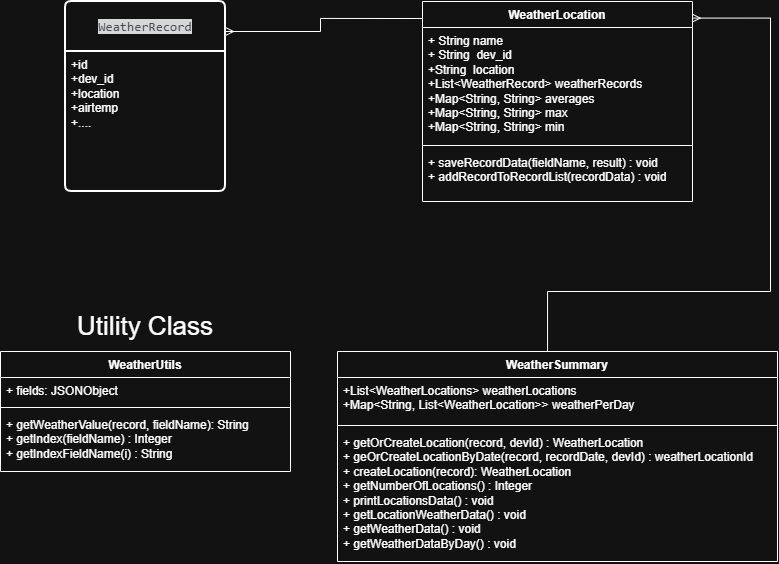
This is media/diagram.png from ilopez-ravn/Weather-Stations-Analysis, a draw.io export, as it was before one commit. Source tidied: cells renumbered, new cells last; positions are measured from the earlier drawing's top-left corner, leaving out a move shared by most shapes. Source of this version:
```xml
<mxGraphModel>
  <root>
    <mxCell id="0" />
    <mxCell id="1" parent="0" />
    <mxCell id="2" value="&lt;div style=&quot;background-color:#191a1c;color:#bcbec4&quot;&gt;&lt;pre style=&quot;font-family:'JetBrains Mono',monospace;font-size:9.8pt;&quot;&gt;WeatherRecord&lt;/pre&gt;&lt;/div&gt;" style="swimlane;horizontal=1;startSize=50;rounded=1;fontSize=14;fontStyle=0;strokeWidth=2;shadow=0;dashed=0;align=center;arcSize=4;whiteSpace=wrap;html=1;" parent="1" vertex="1">
      <mxGeometry x="65" width="160" height="190" as="geometry" />
    </mxCell>
    <mxCell id="3" value="+id&lt;br&gt;+dev_id&lt;br&gt;+location&lt;div&gt;+airtemp&lt;/div&gt;&lt;div&gt;+....&lt;/div&gt;" style="align=left;strokeColor=none;fillColor=none;spacingLeft=4;spacingRight=4;fontSize=12;verticalAlign=top;html=1;whiteSpace=wrap;" parent="2" vertex="1">
      <mxGeometry y="50" width="160" height="140" as="geometry" />
    </mxCell>
    <mxCell id="4" style="edgeStyle=orthogonalEdgeStyle;rounded=0;jettySize=auto;html=1;endArrow=ERmany;endFill=0;exitX=0.003;exitY=0.085;exitDx=0;exitDy=0;exitPerimeter=0;" parent="1" edge="1" source="14" target="2">
      <mxGeometry relative="1" as="geometry">
        <Array as="points">
          <mxPoint x="320" y="17" />
          <mxPoint x="320" y="30" />
        </Array>
      </mxGeometry>
    </mxCell>
    <mxCell id="5" style="edgeStyle=orthogonalEdgeStyle;rounded=0;jettySize=auto;html=1;endArrow=ERmany;endFill=0;entryX=0.999;entryY=0.083;entryDx=0;entryDy=0;entryPerimeter=0;" parent="1" edge="1" source="10" target="14">
      <mxGeometry relative="1" as="geometry">
        <Array as="points">
          <mxPoint x="547" y="290" />
          <mxPoint x="770" y="290" />
          <mxPoint x="770" y="17" />
        </Array>
      </mxGeometry>
    </mxCell>
    <mxCell id="6" value="WeatherUtils" style="swimlane;fontStyle=1;align=center;verticalAlign=top;horizontal=1;startSize=26;whiteSpace=wrap;html=1;" parent="1" vertex="1">
      <mxGeometry y="350" width="290" height="120" as="geometry" />
    </mxCell>
    <mxCell id="7" value="+ fields: JSONObject" style="text;strokeColor=none;fillColor=none;align=left;verticalAlign=top;spacingLeft=4;spacingRight=4;overflow=hidden;whiteSpace=wrap;html=1;" parent="6" vertex="1">
      <mxGeometry y="26" width="290" height="26" as="geometry" />
    </mxCell>
    <mxCell id="8" style="line;strokeWidth=1;fillColor=none;align=left;verticalAlign=middle;spacingTop=-1;spacingLeft=3;spacingRight=3;labelPosition=right;strokeColor=inherit;" parent="6" vertex="1">
      <mxGeometry y="52" width="290" height="8" as="geometry" />
    </mxCell>
    <mxCell id="9" value="+ getWeatherValue(record, fieldName): String&lt;div&gt;+&amp;nbsp;getIndex(fieldName) : Integer&lt;/div&gt;&lt;div&gt;+&amp;nbsp;getIndexFieldName(i) : String&lt;/div&gt;" style="text;strokeColor=none;fillColor=none;align=left;verticalAlign=top;spacingLeft=4;spacingRight=4;overflow=hidden;whiteSpace=wrap;html=1;" parent="6" vertex="1">
      <mxGeometry y="60" width="290" height="60" as="geometry" />
    </mxCell>
    <mxCell id="10" value="WeatherSummary" style="swimlane;fontStyle=1;align=center;verticalAlign=top;horizontal=1;startSize=26;whiteSpace=wrap;html=1;" parent="1" vertex="1">
      <mxGeometry x="337" y="350" width="440" height="210" as="geometry" />
    </mxCell>
    <mxCell id="11" value="&lt;div&gt;+List&amp;lt;WeatherLocations&amp;gt; weatherLocations&lt;/div&gt;&lt;div&gt;+Map&amp;lt;String, List&amp;lt;WeatherLocation&amp;gt;&amp;gt; weatherPerDay&lt;/div&gt;&lt;div&gt;&lt;br&gt;&lt;/div&gt;" style="text;strokeColor=none;fillColor=none;align=left;verticalAlign=top;spacingLeft=4;spacingRight=4;overflow=hidden;whiteSpace=wrap;html=1;" parent="10" vertex="1">
      <mxGeometry y="26" width="440" height="44" as="geometry" />
    </mxCell>
    <mxCell id="12" style="line;strokeWidth=1;fillColor=none;align=left;verticalAlign=middle;spacingTop=-1;spacingLeft=3;spacingRight=3;labelPosition=right;strokeColor=inherit;" parent="10" vertex="1">
      <mxGeometry y="70" width="440" height="8" as="geometry" />
    </mxCell>
    <mxCell id="13" value="+ getOrCreateLocation(record, devId) : WeatherLocation&lt;div&gt;+ geOrCreateLocationByDate(record, recordDate, devId) : weatherLocationId&lt;/div&gt;&lt;div&gt;+ createLocation(record): WeatherLocation&lt;/div&gt;&lt;div&gt;+ getNumberOfLocations() : Integer&lt;/div&gt;&lt;div&gt;+ printLocationsData() : void&lt;/div&gt;&lt;div&gt;+ getLocationWeatherData() : void&lt;/div&gt;&lt;div&gt;+&amp;nbsp;getWeatherData() : void&lt;/div&gt;&lt;div&gt;+ getWeatherDataByDay() : void&lt;/div&gt;" style="text;strokeColor=none;fillColor=none;align=left;verticalAlign=top;spacingLeft=4;spacingRight=4;overflow=hidden;whiteSpace=wrap;html=1;" parent="10" vertex="1">
      <mxGeometry y="78" width="440" height="132" as="geometry" />
    </mxCell>
    <mxCell id="14" value="WeatherLocation" style="swimlane;fontStyle=1;align=center;verticalAlign=top;horizontal=1;startSize=26;whiteSpace=wrap;html=1;" parent="1" vertex="1">
      <mxGeometry x="422" width="270" height="200" as="geometry" />
    </mxCell>
    <mxCell id="15" value="&lt;div&gt;+ String name&lt;br&gt;+&amp;nbsp;&lt;span style=&quot;background-color: transparent; color: light-dark(rgb(0, 0, 0), rgb(255, 255, 255));&quot;&gt;String&lt;/span&gt;&lt;span style=&quot;background-color: transparent; color: light-dark(rgb(0, 0, 0), rgb(255, 255, 255));&quot;&gt;&amp;nbsp;&amp;nbsp;&lt;/span&gt;&lt;span style=&quot;background-color: transparent; color: light-dark(rgb(0, 0, 0), rgb(255, 255, 255));&quot;&gt;dev_id&lt;/span&gt;&lt;/div&gt;&lt;div&gt;+&lt;span style=&quot;background-color: transparent; color: light-dark(rgb(0, 0, 0), rgb(255, 255, 255));&quot;&gt;String&lt;/span&gt;&lt;span style=&quot;background-color: transparent; color: light-dark(rgb(0, 0, 0), rgb(255, 255, 255));&quot;&gt;&amp;nbsp;&amp;nbsp;&lt;/span&gt;&lt;span style=&quot;background-color: transparent; color: light-dark(rgb(0, 0, 0), rgb(255, 255, 255));&quot;&gt;location&lt;/span&gt;&lt;/div&gt;&lt;div&gt;&lt;div&gt;+List&amp;lt;WeatherRecord&amp;gt;&amp;nbsp;&lt;span style=&quot;background-color: transparent; color: light-dark(rgb(0, 0, 0), rgb(255, 255, 255));&quot;&gt;weatherRecords&lt;/span&gt;&lt;/div&gt;&lt;div&gt;+Map&amp;lt;String, String&amp;gt;&amp;nbsp;&lt;span style=&quot;background-color: transparent; color: light-dark(rgb(0, 0, 0), rgb(255, 255, 255));&quot;&gt;averages&lt;/span&gt;&lt;/div&gt;&lt;div&gt;+&lt;span style=&quot;background-color: transparent; color: light-dark(rgb(0, 0, 0), rgb(255, 255, 255));&quot;&gt;Map&amp;lt;String, String&amp;gt;&amp;nbsp;&lt;/span&gt;&lt;span style=&quot;background-color: transparent; color: light-dark(rgb(0, 0, 0), rgb(255, 255, 255));&quot;&gt;max&lt;/span&gt;&lt;/div&gt;&lt;div&gt;+&lt;span style=&quot;background-color: transparent; color: light-dark(rgb(0, 0, 0), rgb(255, 255, 255));&quot;&gt;Map&amp;lt;String, String&amp;gt;&amp;nbsp;&lt;/span&gt;&lt;span style=&quot;background-color: transparent; color: light-dark(rgb(0, 0, 0), rgb(255, 255, 255));&quot;&gt;min&lt;/span&gt;&lt;/div&gt;&lt;/div&gt;" style="text;strokeColor=none;fillColor=none;align=left;verticalAlign=top;spacingLeft=4;spacingRight=4;overflow=hidden;whiteSpace=wrap;html=1;" parent="14" vertex="1">
      <mxGeometry y="26" width="270" height="114" as="geometry" />
    </mxCell>
    <mxCell id="16" style="line;strokeWidth=1;fillColor=none;align=left;verticalAlign=middle;spacingTop=-1;spacingLeft=3;spacingRight=3;labelPosition=right;strokeColor=inherit;" parent="14" vertex="1">
      <mxGeometry y="140" width="270" height="8" as="geometry" />
    </mxCell>
    <mxCell id="17" value="+&amp;nbsp;saveRecordData(fieldName, result) : void&lt;div&gt;+ addRecordToRecordList(recordData) : void&lt;/div&gt;" style="text;strokeColor=none;fillColor=none;align=left;verticalAlign=top;spacingLeft=4;spacingRight=4;overflow=hidden;whiteSpace=wrap;html=1;" parent="14" vertex="1">
      <mxGeometry y="148" width="270" height="52" as="geometry" />
    </mxCell>
    <mxCell id="18" value="Utility Class" style="text;html=1;whiteSpace=wrap;strokeColor=none;fillColor=none;align=center;verticalAlign=middle;rounded=0;fontSize=26;" parent="1" vertex="1">
      <mxGeometry x="65" y="310" width="160" height="30" as="geometry" />
    </mxCell>
  </root>
</mxGraphModel>
```
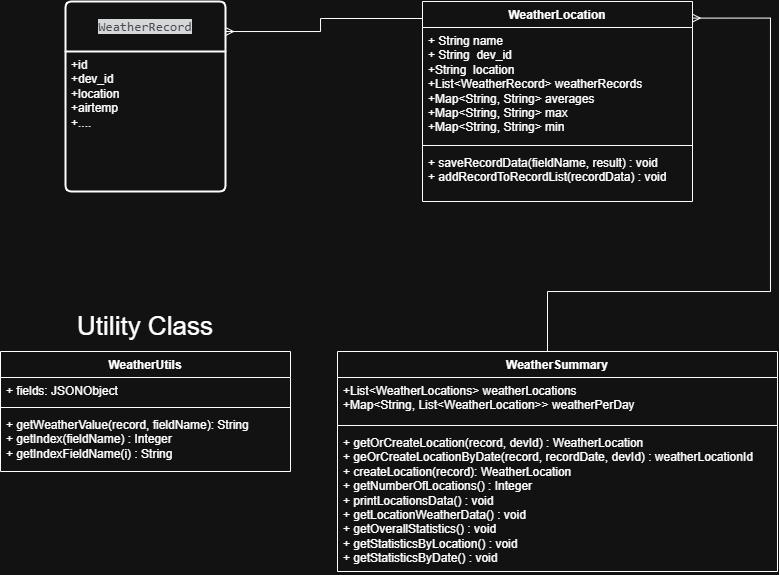
Later version of the same file.

Change to the diagram source:
```diff
@@ -38,7 +38,7 @@
       <mxGeometry y="60" width="290" height="60" as="geometry" />
     </mxCell>
     <mxCell id="10" value="WeatherSummary" style="swimlane;fontStyle=1;align=center;verticalAlign=top;horizontal=1;startSize=26;whiteSpace=wrap;html=1;" parent="1" vertex="1">
-      <mxGeometry x="337" y="350" width="440" height="210" as="geometry" />
+      <mxGeometry x="337" y="350" width="440" height="220" as="geometry" />
     </mxCell>
     <mxCell id="11" value="&lt;div&gt;+List&amp;lt;WeatherLocations&amp;gt; weatherLocations&lt;/div&gt;&lt;div&gt;+Map&amp;lt;String, List&amp;lt;WeatherLocation&amp;gt;&amp;gt; weatherPerDay&lt;/div&gt;&lt;div&gt;&lt;br&gt;&lt;/div&gt;" style="text;strokeColor=none;fillColor=none;align=left;verticalAlign=top;spacingLeft=4;spacingRight=4;overflow=hidden;whiteSpace=wrap;html=1;" parent="10" vertex="1">
       <mxGeometry y="26" width="440" height="44" as="geometry" />
@@ -46,8 +46,8 @@
     <mxCell id="12" style="line;strokeWidth=1;fillColor=none;align=left;verticalAlign=middle;spacingTop=-1;spacingLeft=3;spacingRight=3;labelPosition=right;strokeColor=inherit;" parent="10" vertex="1">
       <mxGeometry y="70" width="440" height="8" as="geometry" />
     </mxCell>
-    <mxCell id="13" value="+ getOrCreateLocation(record, devId) : WeatherLocation&lt;div&gt;+ geOrCreateLocationByDate(record, recordDate, devId) : weatherLocationId&lt;/div&gt;&lt;div&gt;+ createLocation(record): WeatherLocation&lt;/div&gt;&lt;div&gt;+ getNumberOfLocations() : Integer&lt;/div&gt;&lt;div&gt;+ printLocationsData() : void&lt;/div&gt;&lt;div&gt;+ getLocationWeatherData() : void&lt;/div&gt;&lt;div&gt;+&amp;nbsp;getWeatherData() : void&lt;/div&gt;&lt;div&gt;+ getWeatherDataByDay() : void&lt;/div&gt;" style="text;strokeColor=none;fillColor=none;align=left;verticalAlign=top;spacingLeft=4;spacingRight=4;overflow=hidden;whiteSpace=wrap;html=1;" parent="10" vertex="1">
-      <mxGeometry y="78" width="440" height="132" as="geometry" />
+    <mxCell id="13" value="+ getOrCreateLocation(record, devId) : WeatherLocation&lt;div&gt;+ geOrCreateLocationByDate(record, recordDate, devId) : weatherLocationId&lt;/div&gt;&lt;div&gt;+ createLocation(record): WeatherLocation&lt;/div&gt;&lt;div&gt;+ getNumberOfLocations() : Integer&lt;/div&gt;&lt;div&gt;+ printLocationsData() : void&lt;/div&gt;&lt;div&gt;+ getLocationWeatherData() : void&lt;/div&gt;&lt;div&gt;+&amp;nbsp;getOverallStatistics() : void&lt;/div&gt;&lt;div&gt;+ getStatisticsByLocation() : void&lt;/div&gt;&lt;div&gt;+ getStatisticsByDate() : void&lt;/div&gt;" style="text;strokeColor=none;fillColor=none;align=left;verticalAlign=top;spacingLeft=4;spacingRight=4;overflow=hidden;whiteSpace=wrap;html=1;" parent="10" vertex="1">
+      <mxGeometry y="78" width="440" height="142" as="geometry" />
     </mxCell>
     <mxCell id="14" value="WeatherLocation" style="swimlane;fontStyle=1;align=center;verticalAlign=top;horizontal=1;startSize=26;whiteSpace=wrap;html=1;" parent="1" vertex="1">
       <mxGeometry x="422" width="270" height="200" as="geometry" />
```
